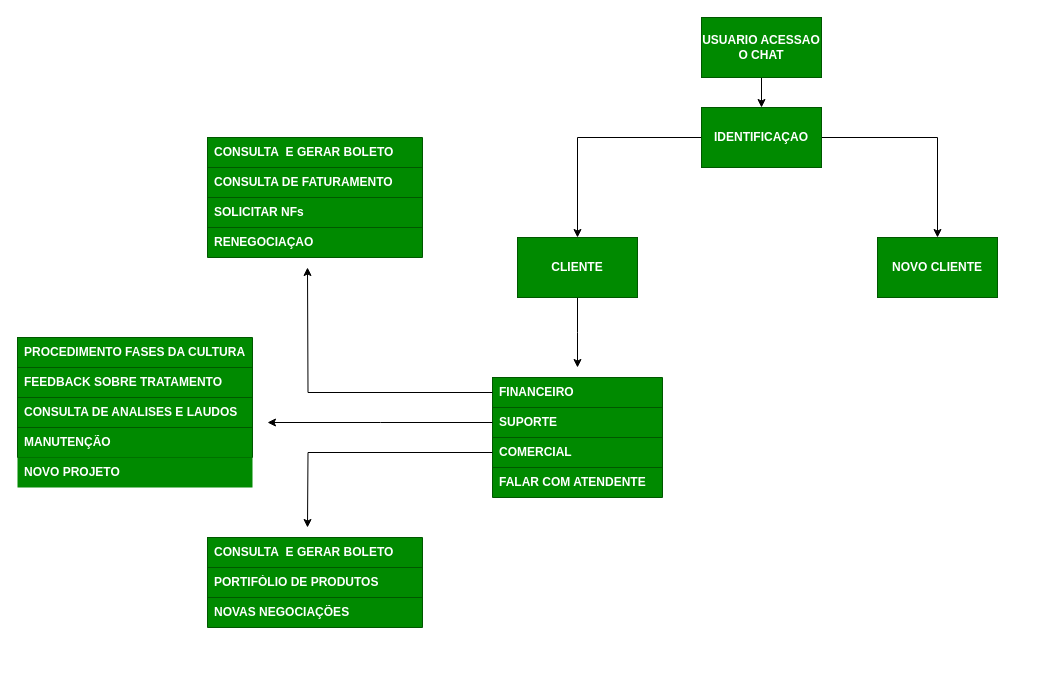
The draw.io diagram chatbot.drawio in HilmarMarques/arquitetura_chatbot, before the edit. Source tidied: cells renumbered, new cells numbered last; positions are measured from the earlier drawing's top-left corner, leaving out a move shared by most shapes. Both pictures are drawn from the tidied source at 100%, with x=0, y=0 at pixel (17, 17).
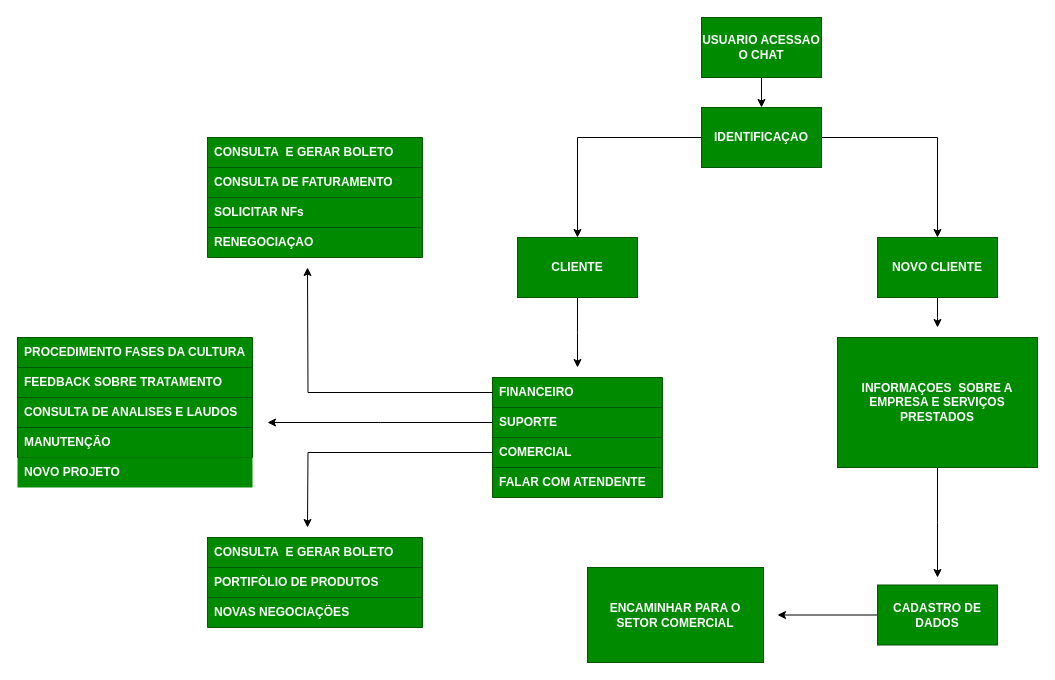
After the change.

Unchanged cells that the change refers to:
```xml
<mxCell id="6" value="NOVO CLIENTE" style="rounded=0;whiteSpace=wrap;html=1;fillColor=#008a00;fontColor=#ffffff;strokeColor=#005700;fontStyle=1;" parent="1" vertex="1">
  <mxGeometry x="860" y="220" width="120" height="60" as="geometry" />
</mxCell>
```

What changed in the source:
```diff
@@
+    <mxCell id="48" style="edgeStyle=orthogonalEdgeStyle;rounded=0;jettySize=auto;html=1;" parent="1" edge="1" source="6">
+      <mxGeometry relative="1" as="geometry">
+        <mxPoint x="920" y="310" as="targetPoint" />
+      </mxGeometry>
+    </mxCell>
@@
+    <mxCell id="49" style="edgeStyle=orthogonalEdgeStyle;rounded=0;jettySize=auto;html=1;" parent="1" edge="1" source="50">
+      <mxGeometry relative="1" as="geometry">
+        <mxPoint x="920" y="560" as="targetPoint" />
+      </mxGeometry>
+    </mxCell>
+    <mxCell id="50" value="INFORMAÇOES&amp;nbsp; SOBRE A EMPRESA E SERVIÇOS PRESTADOS" style="rounded=0;whiteSpace=wrap;html=1;fillColor=#008a00;fontColor=#ffffff;strokeColor=#005700;fontStyle=1;" parent="1" vertex="1">
+      <mxGeometry x="820" y="320" width="200" height="130" as="geometry" />
+    </mxCell>
+    <mxCell id="51" style="edgeStyle=orthogonalEdgeStyle;rounded=0;jettySize=auto;html=1;" parent="1" edge="1" source="52">
+      <mxGeometry relative="1" as="geometry">
+        <mxPoint x="760" y="597.5" as="targetPoint" />
+      </mxGeometry>
+    </mxCell>
+    <mxCell id="52" value="CADASTRO DE DADOS" style="rounded=0;whiteSpace=wrap;html=1;fontStyle=1;fillColor=#008a00;fontColor=#ffffff;strokeColor=#005700;" parent="1" vertex="1">
+      <mxGeometry x="860" y="567.5" width="120" height="60" as="geometry" />
+    </mxCell>
+    <mxCell id="53" value="ENCAMINHAR PARA O SETOR COMERCIAL" style="rounded=0;whiteSpace=wrap;html=1;fillColor=#008a00;fontColor=#ffffff;strokeColor=#005700;fontStyle=1;" parent="1" vertex="1">
+      <mxGeometry x="570" y="550" width="176" height="95" as="geometry" />
+    </mxCell>
```
